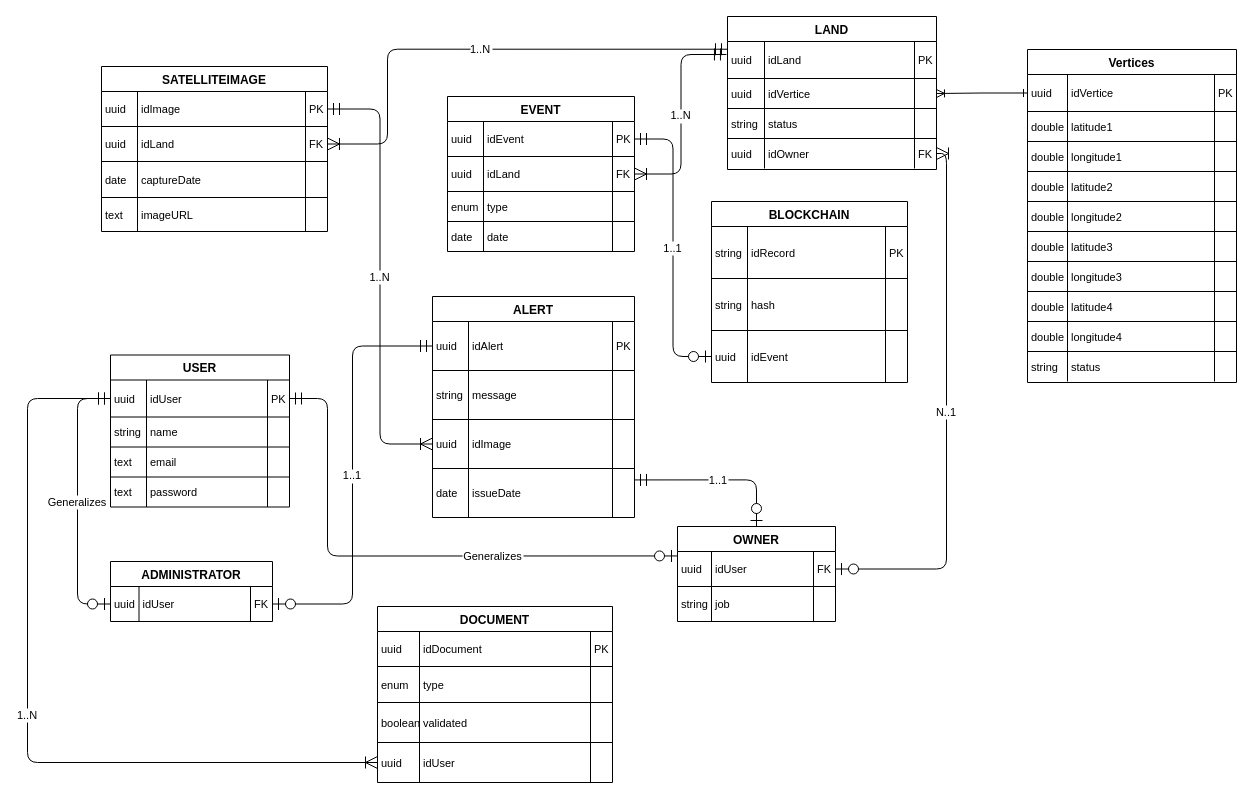
This is erd-diagram.drawio from PatentTerrenos/diagrams, a draw.io file, before an edit. Source tidied: cells renumbered, new cells numbered last; positions are measured from the earlier drawing's top-left corner, leaving out a move shared by most shapes. Both pictures are drawn from the tidied source at 100%, with x=0, y=0 at pixel (27, 16).
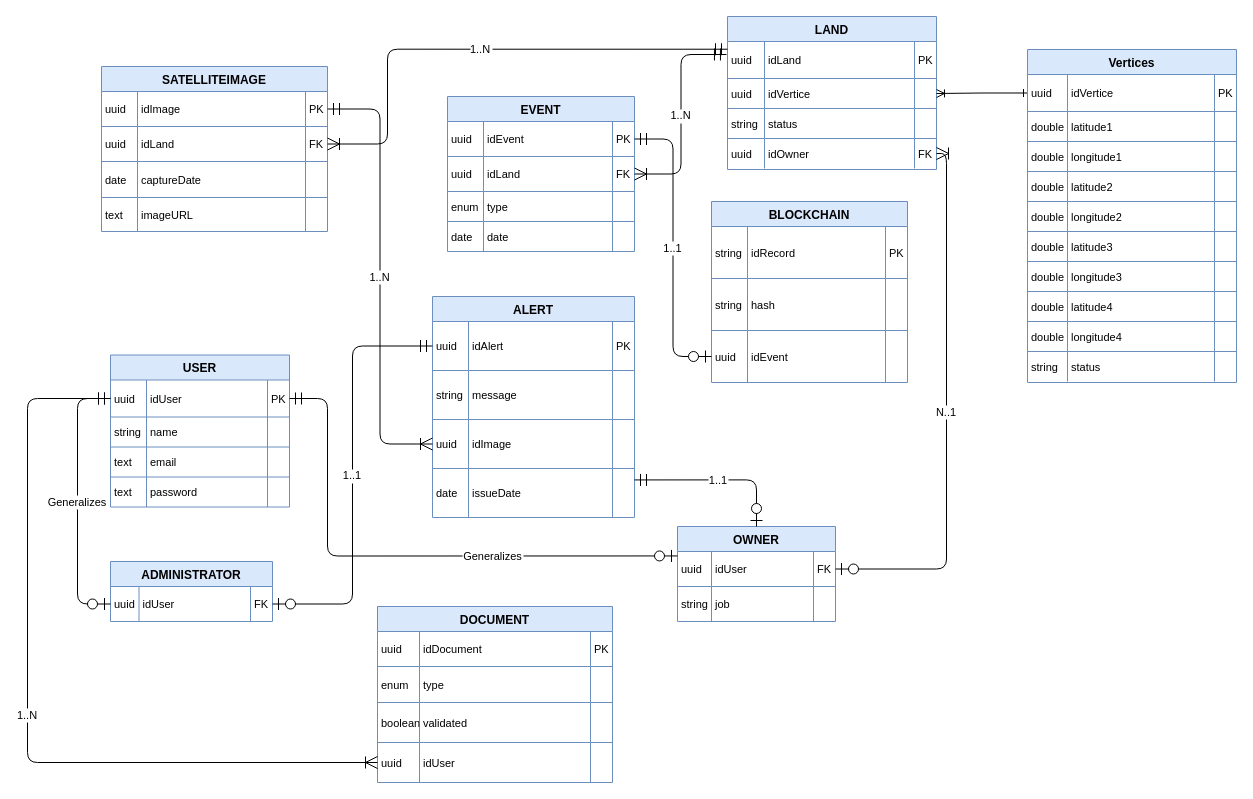
After the change.

Diff of the diagram source:
```diff
@@
-    <mxCell id="2" value="USER" style="shape=table;startSize=25;childLayout=tableLayout;rowLines=1;fontStyle=1;align=center;" parent="1" vertex="1">
+    <mxCell id="2" value="USER" style="shape=table;startSize=25;childLayout=tableLayout;rowLines=1;fontStyle=1;align=center;fillColor=#dae8fc;strokeColor=#6c8ebf;" parent="1" vertex="1">
       <mxGeometry x="83" y="338.5" width="179" height="152" as="geometry" />
     </mxCell>
@@
-    <mxCell id="19" value="OWNER" style="shape=table;startSize=25;childLayout=tableLayout;rowLines=1;fontStyle=1;align=center;" parent="1" vertex="1">
+    <mxCell id="19" value="OWNER" style="shape=table;startSize=25;childLayout=tableLayout;rowLines=1;fontStyle=1;align=center;fillColor=#dae8fc;strokeColor=#6c8ebf;" parent="1" vertex="1">
       <mxGeometry x="650" y="510" width="158" height="95" as="geometry" />
     </mxCell>
@@
-    <mxCell id="28" value="ADMINISTRATOR" style="shape=table;startSize=25;childLayout=tableLayout;rowLines=1;fontStyle=1;align=center;" parent="1" vertex="1">
+    <mxCell id="28" value="ADMINISTRATOR" style="shape=table;startSize=25;childLayout=tableLayout;rowLines=1;fontStyle=1;align=center;fillColor=#dae8fc;strokeColor=#6c8ebf;" parent="1" vertex="1">
       <mxGeometry x="83" y="545" width="162" height="60" as="geometry" />
     </mxCell>
@@
-    <mxCell id="33" value="LAND" style="shape=table;startSize=25;childLayout=tableLayout;rowLines=1;fontStyle=1;align=center;" parent="1" vertex="1">
+    <mxCell id="33" value="LAND" style="shape=table;startSize=25;childLayout=tableLayout;rowLines=1;fontStyle=1;align=center;fillColor=#dae8fc;strokeColor=#6c8ebf;" parent="1" vertex="1">
       <mxGeometry x="700" width="209" height="153" as="geometry" />
     </mxCell>
@@
-    <mxCell id="50" value="DOCUMENT" style="shape=table;startSize=25;childLayout=tableLayout;rowLines=1;fontStyle=1;align=center;" parent="1" vertex="1">
+    <mxCell id="50" value="DOCUMENT" style="shape=table;startSize=25;childLayout=tableLayout;rowLines=1;fontStyle=1;align=center;fillColor=#dae8fc;strokeColor=#6c8ebf;" parent="1" vertex="1">
       <mxGeometry x="350" y="590" width="235" height="176" as="geometry" />
     </mxCell>
@@
-    <mxCell id="67" value="EVENT" style="shape=table;startSize=25;childLayout=tableLayout;rowLines=1;fontStyle=1;align=center;" parent="1" vertex="1">
+    <mxCell id="67" value="EVENT" style="shape=table;startSize=25;childLayout=tableLayout;rowLines=1;fontStyle=1;align=center;fillColor=#dae8fc;strokeColor=#6c8ebf;" parent="1" vertex="1">
       <mxGeometry x="420" y="80" width="187" height="155" as="geometry" />
     </mxCell>
@@
-    <mxCell id="84" value="SATELLITEIMAGE" style="shape=table;startSize=25;childLayout=tableLayout;rowLines=1;fontStyle=1;align=center;" parent="1" vertex="1">
+    <mxCell id="84" value="SATELLITEIMAGE" style="shape=table;startSize=25;childLayout=tableLayout;rowLines=1;fontStyle=1;align=center;fillColor=#dae8fc;strokeColor=#6c8ebf;" parent="1" vertex="1">
       <mxGeometry x="74" y="50" width="226" height="165" as="geometry" />
     </mxCell>
@@
-    <mxCell id="101" value="ALERT" style="shape=table;startSize=25;childLayout=tableLayout;rowLines=1;fontStyle=1;align=center;" parent="1" vertex="1">
+    <mxCell id="101" value="ALERT" style="shape=table;startSize=25;childLayout=tableLayout;rowLines=1;fontStyle=1;align=center;fillColor=#dae8fc;strokeColor=#6c8ebf;" parent="1" vertex="1">
       <mxGeometry x="405" y="280" width="202" height="221" as="geometry" />
     </mxCell>
@@
-    <mxCell id="118" value="BLOCKCHAIN" style="shape=table;startSize=25;childLayout=tableLayout;rowLines=1;fontStyle=1;align=center;" parent="1" vertex="1">
+    <mxCell id="118" value="BLOCKCHAIN" style="shape=table;startSize=25;childLayout=tableLayout;rowLines=1;fontStyle=1;align=center;fillColor=#dae8fc;strokeColor=#6c8ebf;" parent="1" vertex="1">
       <mxGeometry x="684" y="185" width="196" height="181" as="geometry" />
     </mxCell>
@@
-    <mxCell id="142" value="Vertices" style="shape=table;startSize=25;childLayout=tableLayout;rowLines=1;fontStyle=1;align=center;" parent="1" vertex="1">
+    <mxCell id="142" value="Vertices" style="shape=table;startSize=25;childLayout=tableLayout;rowLines=1;fontStyle=1;align=center;fillColor=#dae8fc;strokeColor=#6c8ebf;" parent="1" vertex="1">
       <mxGeometry x="1000" y="33" width="209" height="333" as="geometry" />
     </mxCell>
```
